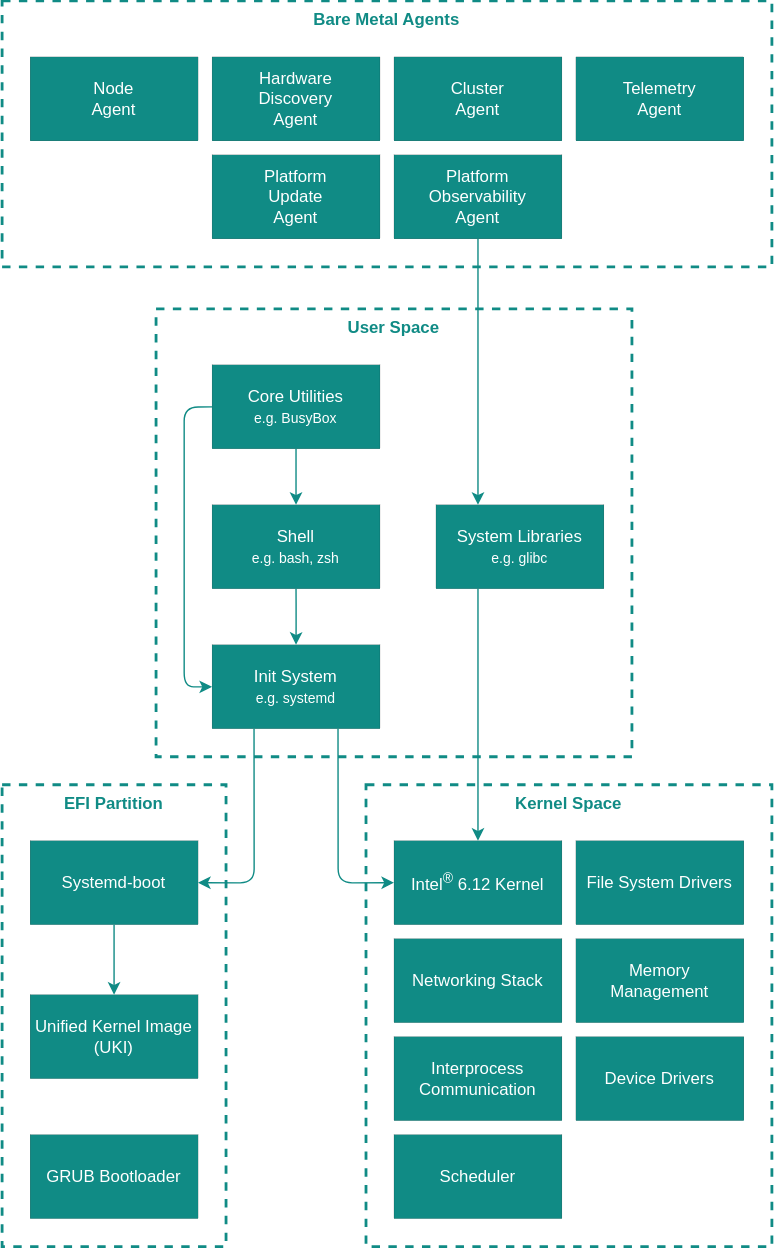
Before: docs/developer-guide/assets/emt-architecture-key-components.drawio.svg, a diagram exported from draw.io (open-edge-platform/edge-microvisor-toolkit). Source tidied: cells renumbered, new cells last; positions are measured from the earlier drawing's top-left corner, leaving out a move shared by most shapes.
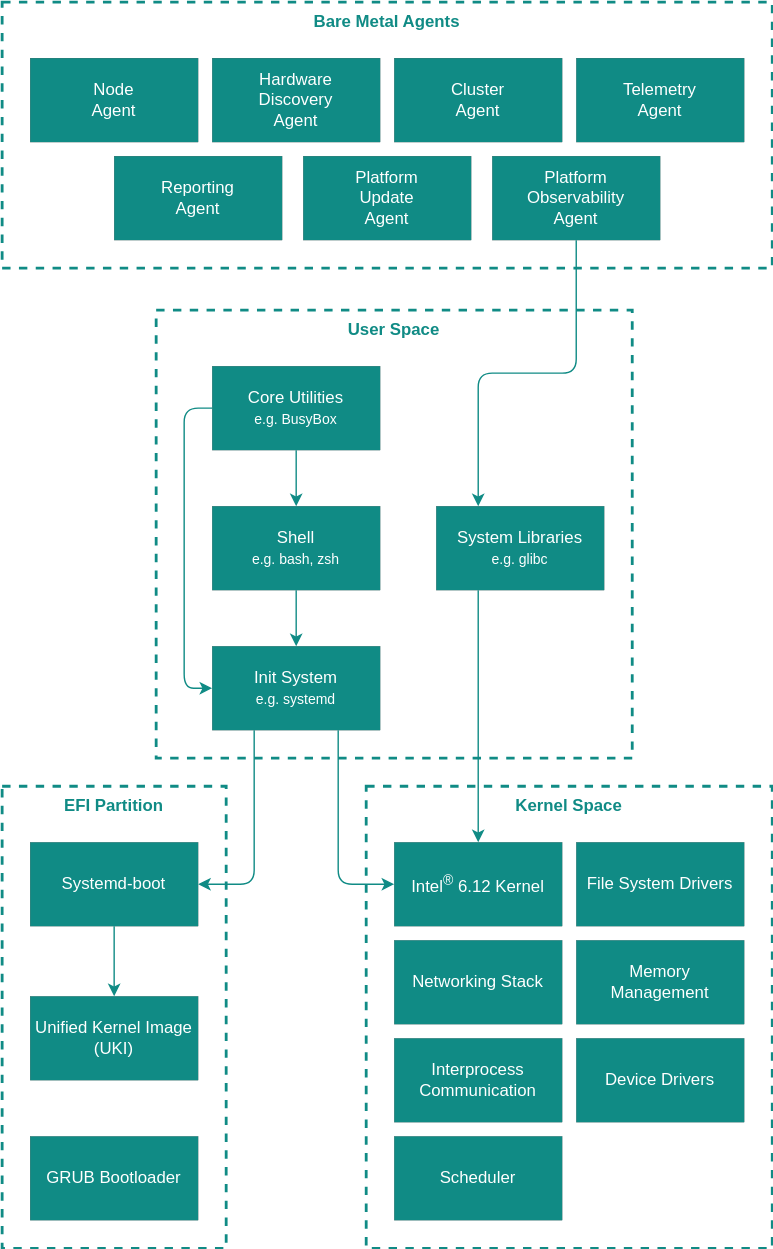
Above is the later version.

Commit message:
Update Architecture diagram with Reporting Agent

The edit, as a diff of the source:
```diff
@@ -53,10 +53,10 @@
       <mxGeometry x="280" y="40" width="120" height="60" as="geometry" />
     </mxCell>
     <mxCell id="17" value="&lt;div&gt;Platform&lt;br&gt;Observability &lt;br&gt;Agent&lt;/div&gt;" style="rounded=0;whiteSpace=wrap;html=1;fontColor=#FFFFFF;align=center;verticalAlign=middle;fontFamily=Helvetica;fontSize=12;labelBackgroundColor=none;fillColor=#108B85;strokeWidth=0;strokeColor=default;" parent="1" vertex="1">
-      <mxGeometry x="280" y="110" width="120" height="60" as="geometry" />
+      <mxGeometry x="350" y="110" width="120" height="60" as="geometry" />
     </mxCell>
     <mxCell id="18" value="Platform&lt;br&gt;Update&lt;br&gt;Agent" style="rounded=0;whiteSpace=wrap;html=1;fontColor=#FFFFFF;align=center;verticalAlign=middle;fontFamily=Helvetica;fontSize=12;labelBackgroundColor=none;fillColor=#108B85;strokeWidth=0;strokeColor=default;" parent="1" vertex="1">
-      <mxGeometry x="150" y="110" width="120" height="60" as="geometry" />
+      <mxGeometry x="215" y="110" width="120" height="60" as="geometry" />
     </mxCell>
     <mxCell id="19" value="Telemetry&lt;br&gt;Agent" style="rounded=0;whiteSpace=wrap;html=1;fontColor=#FFFFFF;align=center;verticalAlign=middle;fontFamily=Helvetica;fontSize=12;labelBackgroundColor=none;fillColor=#108B85;strokeWidth=0;strokeColor=default;" parent="1" vertex="1">
       <mxGeometry x="410" y="40" width="120" height="60" as="geometry" />
@@ -107,5 +107,8 @@
     <mxCell id="33" style="edgeStyle=orthogonalEdgeStyle;shape=connector;curved=0;rounded=1;jettySize=auto;html=1;exitX=0;exitY=0.5;exitDx=0;exitDy=0;entryX=0;entryY=0.5;entryDx=0;entryDy=0;strokeColor=#108B85;align=center;verticalAlign=middle;fontFamily=Helvetica;fontSize=11;fontColor=#108B85;labelBackgroundColor=#FFFBFB;endArrow=classic;strokeWidth=1;" parent="1" edge="1" source="5" target="8">
       <mxGeometry relative="1" as="geometry" />
     </mxCell>
+    <mxCell id="34" value="Reporting&lt;div&gt;Agent&lt;/div&gt;" style="rounded=0;whiteSpace=wrap;html=1;fontColor=#FFFFFF;align=center;verticalAlign=middle;fontFamily=Helvetica;fontSize=12;labelBackgroundColor=none;fillColor=#108B85;strokeWidth=0;strokeColor=default;" parent="1" vertex="1">
+      <mxGeometry x="80" y="110" width="120" height="60" as="geometry" />
+    </mxCell>
   </root>
 </mxGraphModel>
```
